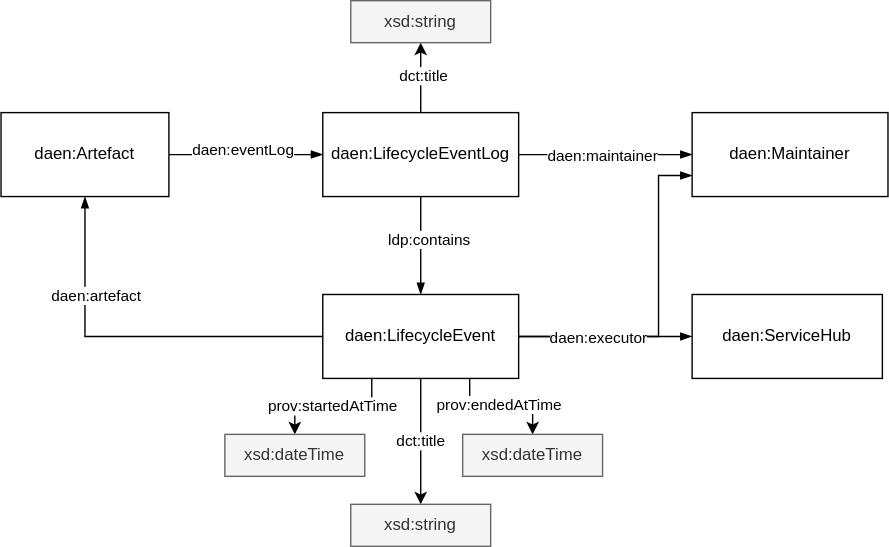
Before: images/model.svg, a diagram exported from draw.io (MellonScholarlyCommunication/spec-eventlog). Source tidied: cells renumbered, new cells last; positions are measured from the earlier drawing's top-left corner, leaving out a move shared by most shapes.
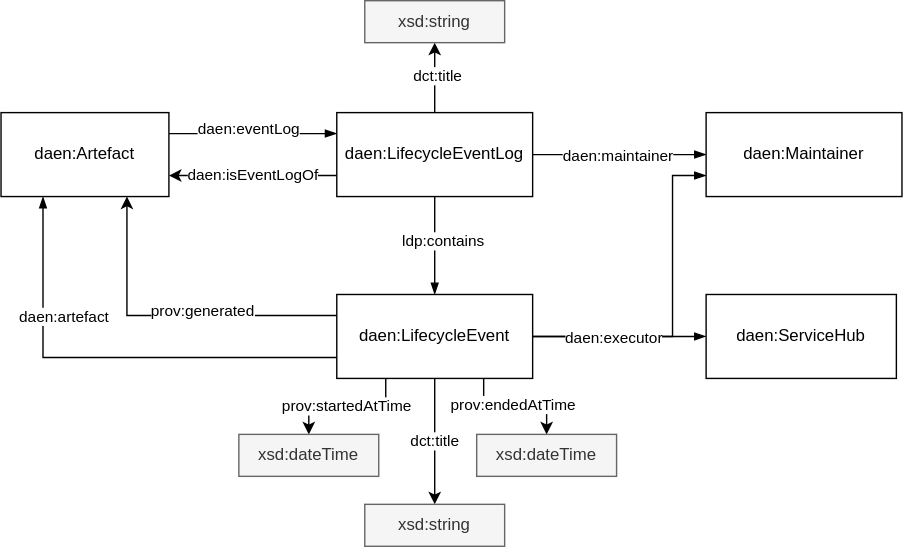
After the commit.

Change to the diagram source:
```diff
@@ -30,22 +30,28 @@
     <mxCell id="8" value="dct:title" style="edgeStyle=orthogonalEdgeStyle;rounded=0;jettySize=auto;html=1;exitX=0.5;exitY=1;exitDx=0;exitDy=0;entryX=0.5;entryY=0;entryDx=0;entryDy=0;" parent="1" edge="1" source="9" target="26">
       <mxGeometry relative="1" as="geometry" />
     </mxCell>
+    <mxCell id="28" style="edgeStyle=orthogonalEdgeStyle;rounded=0;jumpStyle=arc;html=1;exitX=0;exitY=0.25;exitDx=0;exitDy=0;entryX=0.75;entryY=1;entryDx=0;entryDy=0;strokeColor=#000000;" parent="1" edge="1" source="9" target="13">
+      <mxGeometry relative="1" as="geometry" />
+    </mxCell>
+    <mxCell id="29" value="prov:generated" style="edgeLabel;html=1;align=center;verticalAlign=middle;" parent="28" vertex="1">
+      <mxGeometry x="-0.17" y="-4" relative="1" as="geometry" />
+    </mxCell>
     <mxCell id="9" value="daen:LifecycleEvent" style="rounded=0;whiteSpace=wrap;html=1;" parent="1" vertex="1">
       <mxGeometry x="230" y="210" width="140" height="60" as="geometry" />
     </mxCell>
     <mxCell id="10" value="daen:ServiceHub" style="rounded=0;whiteSpace=wrap;html=1;" parent="1" vertex="1">
       <mxGeometry x="494" y="210" width="136" height="60" as="geometry" />
     </mxCell>
-    <mxCell id="11" style="edgeStyle=orthogonalEdgeStyle;rounded=0;jettySize=auto;html=1;exitX=1;exitY=0.5;exitDx=0;exitDy=0;entryX=0;entryY=0.5;entryDx=0;entryDy=0;endArrow=blockThin;endFill=1;" parent="1" edge="1" source="13" target="20">
+    <mxCell id="11" style="edgeStyle=orthogonalEdgeStyle;rounded=0;jettySize=auto;html=1;exitX=1;exitY=0.25;exitDx=0;exitDy=0;entryX=0;entryY=0.25;entryDx=0;entryDy=0;endArrow=blockThin;endFill=1;" parent="1" edge="1" source="13" target="20">
       <mxGeometry relative="1" as="geometry" />
     </mxCell>
     <mxCell id="12" value="daen:eventLog" style="edgeLabel;html=1;align=center;verticalAlign=middle;" parent="11" vertex="1">
       <mxGeometry x="-0.06" y="4" relative="1" as="geometry" />
     </mxCell>
     <mxCell id="13" value="daen:Artefact" style="rounded=0;whiteSpace=wrap;html=1;" parent="1" vertex="1">
-      <mxGeometry y="80" width="120" height="60" as="geometry" />
+      <mxGeometry x="-10" y="80" width="120" height="60" as="geometry" />
     </mxCell>
-    <mxCell id="14" style="edgeStyle=orthogonalEdgeStyle;rounded=0;jettySize=auto;html=1;exitX=0;exitY=0.5;exitDx=0;exitDy=0;entryX=0.5;entryY=1;entryDx=0;entryDy=0;endArrow=blockThin;endFill=1;jumpStyle=arc;" parent="1" edge="1" source="9" target="13">
+    <mxCell id="14" style="edgeStyle=orthogonalEdgeStyle;rounded=0;jettySize=auto;html=1;entryX=0.25;entryY=1;entryDx=0;entryDy=0;endArrow=blockThin;endFill=1;jumpStyle=arc;exitX=0;exitY=0.75;exitDx=0;exitDy=0;" parent="1" edge="1" source="9" target="13">
       <mxGeometry relative="1" as="geometry" />
     </mxCell>
     <mxCell id="15" value="daen:artefact" style="edgeLabel;align=center;verticalAlign=middle;spacing=2;imageAspect=1;html=1;labelPosition=center;verticalLabelPosition=middle;fontSize=11;" parent="14" vertex="1">
@@ -67,6 +73,14 @@
     <mxCell id="19" value="dct:title" style="edgeLabel;html=1;align=center;verticalAlign=middle;" parent="18" vertex="1">
       <mxGeometry x="0.06" y="-1" relative="1" as="geometry" />
     </mxCell>
+    <mxCell id="30" value="daen:isEventLogOf" style="edgeStyle=orthogonalEdgeStyle;rounded=0;jettySize=auto;html=1;exitX=0;exitY=0.75;exitDx=0;exitDy=0;entryX=1;entryY=0.75;entryDx=0;entryDy=0;" parent="1" edge="1" source="20" target="13">
+      <mxGeometry relative="1" as="geometry">
+        <Array as="points">
+          <mxPoint x="150" y="125" />
+          <mxPoint x="150" y="125" />
+        </Array>
+      </mxGeometry>
+    </mxCell>
     <mxCell id="20" value="daen:LifecycleEventLog" style="rounded=0;whiteSpace=wrap;html=1;" parent="1" vertex="1">
       <mxGeometry x="230" y="80" width="140" height="60" as="geometry" />
     </mxCell>
```
